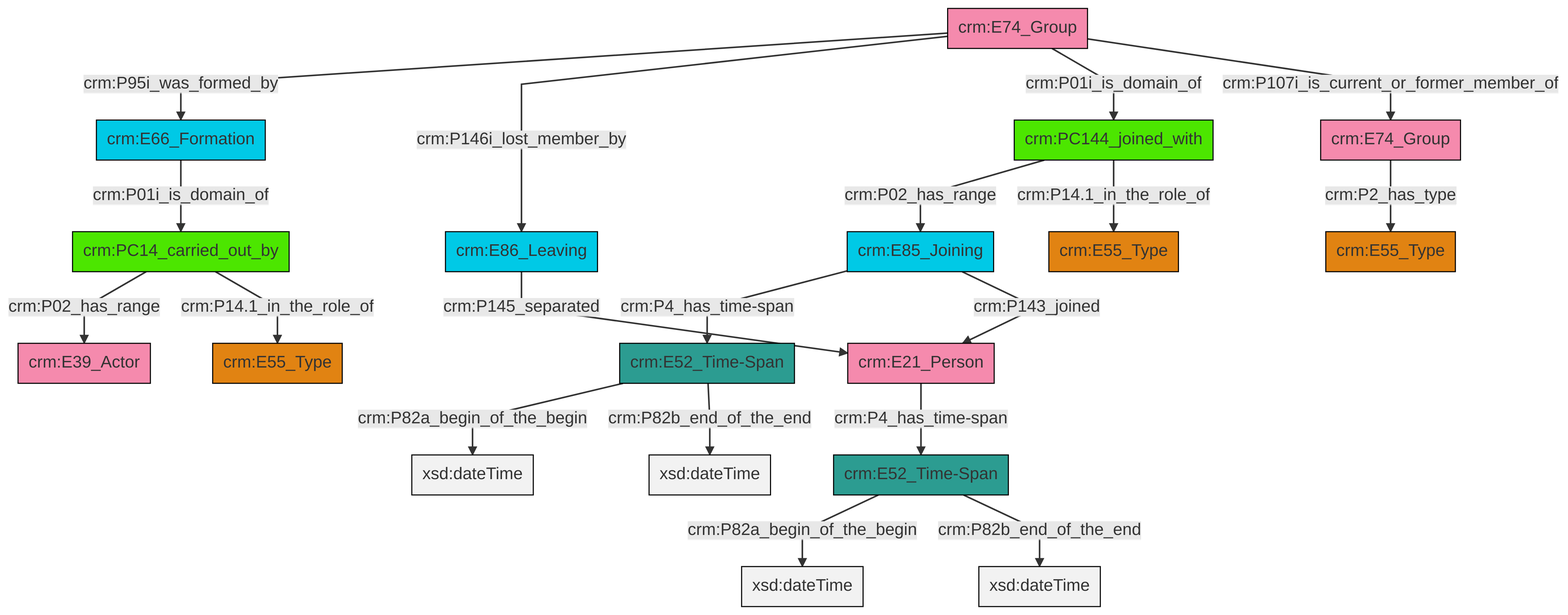
This is et/groupCSV/ttl/mmd/png/group_actor_relations.png from swiss-art-research-net/reference-data-models, a Mermaid export, as it was before one commit. Its source is kept beside it as et/groupCSV/ttl/mmd/group_actor_relations.ttl.mmd.
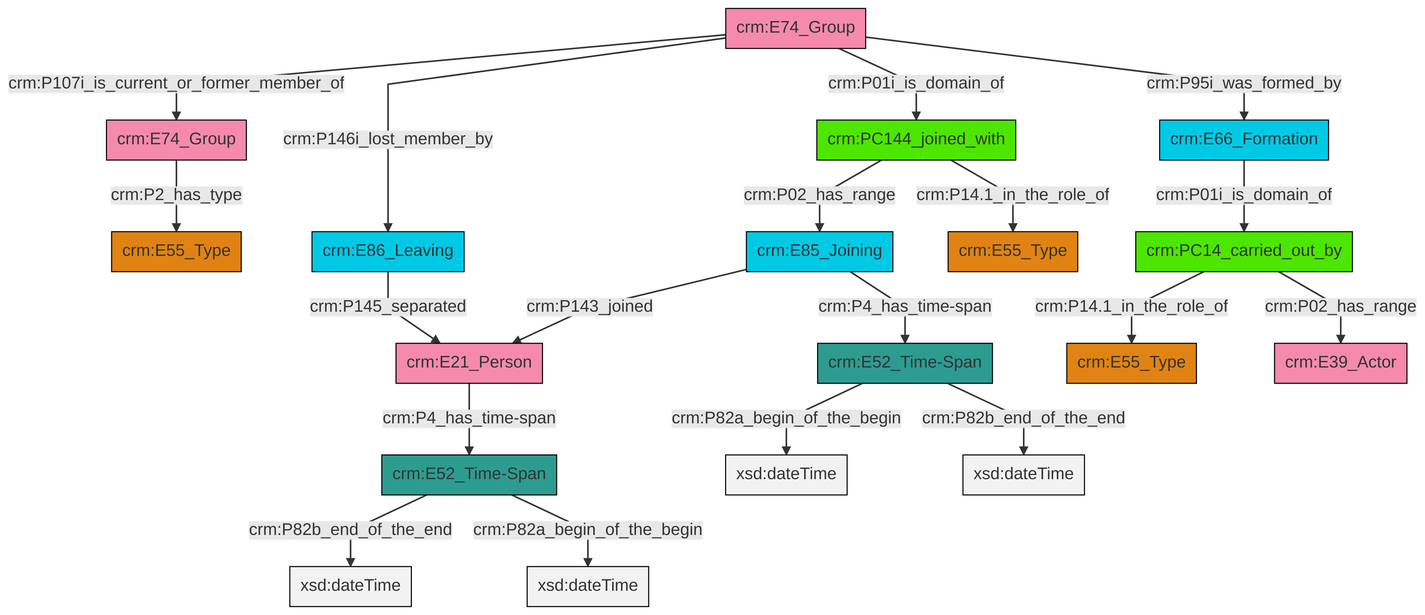
The same diagram one commit later.

The edit, as a diff of the source:
```diff
@@ -13,21 +13,21 @@
 classDef PC_Classes fill:#4ce600, stroke:#000000;
 classDef Multi fill:#cccccc,stroke:#000000;
 
-0["crm:E66_Formation"]:::Temporal_Entity -->|crm:P01i_is_domain_of| 1["crm:PC14_carried_out_by"]:::PC_Classes
-4["crm:E74_Group"]:::Actor -->|crm:P95i_was_formed_by| 0["crm:E66_Formation"]:::Temporal_Entity
-7["crm:E74_Group"]:::Actor -->|crm:P2_has_type| 8["crm:E55_Type"]:::Type
-4["crm:E74_Group"]:::Actor -->|crm:P146i_lost_member_by| 2["crm:E86_Leaving"]:::Temporal_Entity
-4["crm:E74_Group"]:::Actor -->|crm:P01i_is_domain_of| 9["crm:PC144_joined_with"]:::PC_Classes
-17["crm:E85_Joining"]:::Temporal_Entity -->|crm:P4_has_time-span| 15["crm:E52_Time-Span"]:::Time-Span
-15["crm:E52_Time-Span"]:::Time-Span -->|crm:P82a_begin_of_the_begin| 18[xsd:dateTime]:::Literal
-4["crm:E74_Group"]:::Actor -->|crm:P107i_is_current_or_former_member_of| 7["crm:E74_Group"]:::Actor
-1["crm:PC14_carried_out_by"]:::PC_Classes -->|crm:P02_has_range| 20["crm:E39_Actor"]:::Actor
-23["crm:E21_Person"]:::Actor -->|crm:P4_has_time-span| 24["crm:E52_Time-Span"]:::Time-Span
-2["crm:E86_Leaving"]:::Temporal_Entity -->|crm:P145_separated| 23["crm:E21_Person"]:::Actor
-17["crm:E85_Joining"]:::Temporal_Entity -->|crm:P143_joined| 23["crm:E21_Person"]:::Actor
-24["crm:E52_Time-Span"]:::Time-Span -->|crm:P82a_begin_of_the_begin| 27[xsd:dateTime]:::Literal
-9["crm:PC144_joined_with"]:::PC_Classes -->|crm:P02_has_range| 17["crm:E85_Joining"]:::Temporal_Entity
-1["crm:PC14_carried_out_by"]:::PC_Classes -->|crm:P14.1_in_the_role_of| 12["crm:E55_Type"]:::Type
-24["crm:E52_Time-Span"]:::Time-Span -->|crm:P82b_end_of_the_end| 30[xsd:dateTime]:::Literal
-9["crm:PC144_joined_with"]:::PC_Classes -->|crm:P14.1_in_the_role_of| 5["crm:E55_Type"]:::Type
-15["crm:E52_Time-Span"]:::Time-Span -->|crm:P82b_end_of_the_end| 32[xsd:dateTime]:::Literal
+0["crm:E74_Group"]:::Actor -->|crm:P107i_is_current_or_former_member_of| 1["crm:E74_Group"]:::Actor
+2["crm:E85_Joining"]:::Temporal_Entity -->|crm:P143_joined| 3["crm:E21_Person"]:::Actor
+3["crm:E21_Person"]:::Actor -->|crm:P4_has_time-span| 10["crm:E52_Time-Span"]:::Time-Span
+12["crm:PC14_carried_out_by"]:::PC_Classes -->|crm:P14.1_in_the_role_of| 7["crm:E55_Type"]:::Type
+0["crm:E74_Group"]:::Actor -->|crm:P146i_lost_member_by| 22["crm:E86_Leaving"]:::Temporal_Entity
+22["crm:E86_Leaving"]:::Temporal_Entity -->|crm:P145_separated| 3["crm:E21_Person"]:::Actor
+17["crm:E66_Formation"]:::Temporal_Entity -->|crm:P01i_is_domain_of| 12["crm:PC14_carried_out_by"]:::PC_Classes
+12["crm:PC14_carried_out_by"]:::PC_Classes -->|crm:P02_has_range| 24["crm:E39_Actor"]:::Actor
+10["crm:E52_Time-Span"]:::Time-Span -->|crm:P82b_end_of_the_end| 26[xsd:dateTime]:::Literal
+27["crm:E52_Time-Span"]:::Time-Span -->|crm:P82a_begin_of_the_begin| 28[xsd:dateTime]:::Literal
+0["crm:E74_Group"]:::Actor -->|crm:P01i_is_domain_of| 13["crm:PC144_joined_with"]:::PC_Classes
+1["crm:E74_Group"]:::Actor -->|crm:P2_has_type| 15["crm:E55_Type"]:::Type
+2["crm:E85_Joining"]:::Temporal_Entity -->|crm:P4_has_time-span| 27["crm:E52_Time-Span"]:::Time-Span
+0["crm:E74_Group"]:::Actor -->|crm:P95i_was_formed_by| 17["crm:E66_Formation"]:::Temporal_Entity
+10["crm:E52_Time-Span"]:::Time-Span -->|crm:P82a_begin_of_the_begin| 31[xsd:dateTime]:::Literal
+27["crm:E52_Time-Span"]:::Time-Span -->|crm:P82b_end_of_the_end| 32[xsd:dateTime]:::Literal
+13["crm:PC144_joined_with"]:::PC_Classes -->|crm:P02_has_range| 2["crm:E85_Joining"]:::Temporal_Entity
+13["crm:PC144_joined_with"]:::PC_Classes -->|crm:P14.1_in_the_role_of| 4["crm:E55_Type"]:::Type
```
